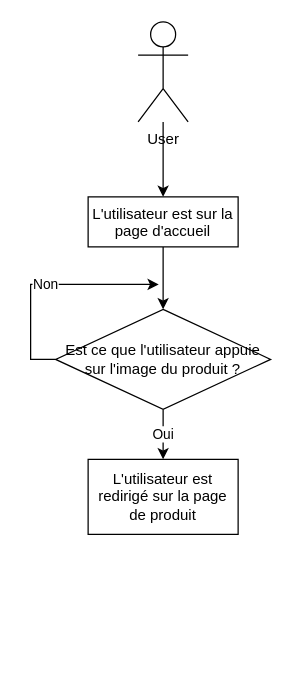
This is page "Affichage page produit" (4 of 6) of Documentation/Maquettes/Diagramme de flux I-Shoes.drawio from romain-lnr/I_Shoes, a draw.io file, before an edit. Source tidied: cells renumbered, new cells numbered last; positions are measured from the earlier drawing's top-left corner, leaving out a move shared by most shapes. Both pictures are drawn from the tidied source at 125%, with x=0, y=0 at pixel (55, 21).
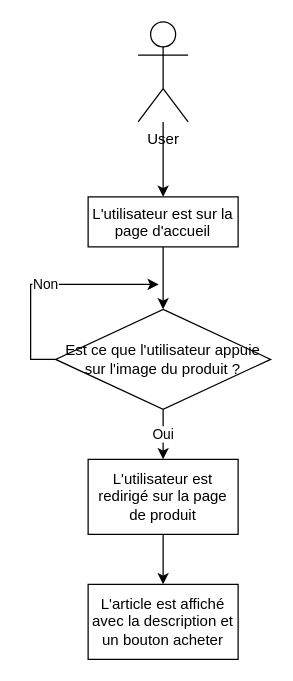
The same page after the edit.

Change to the diagram source:
```diff
@@
 <mxGraphModel>
   <root>
     <mxCell id="0" />
     <mxCell id="1" parent="0" />
     <mxCell id="2" style="edgeStyle=orthogonalEdgeStyle;rounded=0;jettySize=auto;html=1;" parent="1" edge="1" source="3" target="5">
       <mxGeometry relative="1" as="geometry" />
     </mxCell>
     <mxCell id="3" value="User" style="shape=umlActor;verticalLabelPosition=bottom;verticalAlign=top;html=1;outlineConnect=0;" parent="1" vertex="1">
       <mxGeometry x="66" width="40" height="80" as="geometry" />
     </mxCell>
     <mxCell id="4" style="edgeStyle=orthogonalEdgeStyle;rounded=0;jettySize=auto;html=1;" parent="1" edge="1" source="5" target="8">
       <mxGeometry relative="1" as="geometry" />
     </mxCell>
     <mxCell id="5" value="L'utilisateur est sur la page d'accueil" style="whiteSpace=wrap;html=1;verticalAlign=top;" parent="1" vertex="1">
       <mxGeometry x="26" y="140" width="120" height="40" as="geometry" />
     </mxCell>
     <mxCell id="6" value="Non" style="edgeStyle=orthogonalEdgeStyle;rounded=0;jettySize=auto;html=1;exitX=0;exitY=0.5;exitDx=0;exitDy=0;" parent="1" edge="1" source="8">
       <mxGeometry relative="1" as="geometry">
         <mxPoint x="82" y="210" as="targetPoint" />
       </mxGeometry>
     </mxCell>
     <mxCell id="7" value="Oui" style="edgeStyle=orthogonalEdgeStyle;rounded=0;jettySize=auto;html=1;" parent="1" edge="1" source="8" target="9">
       <mxGeometry relative="1" as="geometry" />
     </mxCell>
     <mxCell id="8" value="Est ce que l'utilisateur appuie sur l'image du produit ?" style="rhombus;whiteSpace=wrap;html=1;" parent="1" vertex="1">
       <mxGeometry y="230" width="172" height="80" as="geometry" />
     </mxCell>
+    <mxCell id="10" style="edgeStyle=orthogonalEdgeStyle;rounded=0;jettySize=auto;html=1;" parent="1" edge="1" source="9" target="11">
+      <mxGeometry relative="1" as="geometry" />
+    </mxCell>
     <mxCell id="9" value="L'utilisateur est redirigé sur la page de produit" style="whiteSpace=wrap;html=1;" parent="1" vertex="1">
       <mxGeometry x="26" y="350" width="120" height="60" as="geometry" />
     </mxCell>
+    <mxCell id="11" value="L'article est affiché avec la description et un bouton acheter" style="whiteSpace=wrap;html=1;" parent="1" vertex="1">
+      <mxGeometry x="26" y="450" width="120" height="60" as="geometry" />
+    </mxCell>
   </root>
 </mxGraphModel>
```
